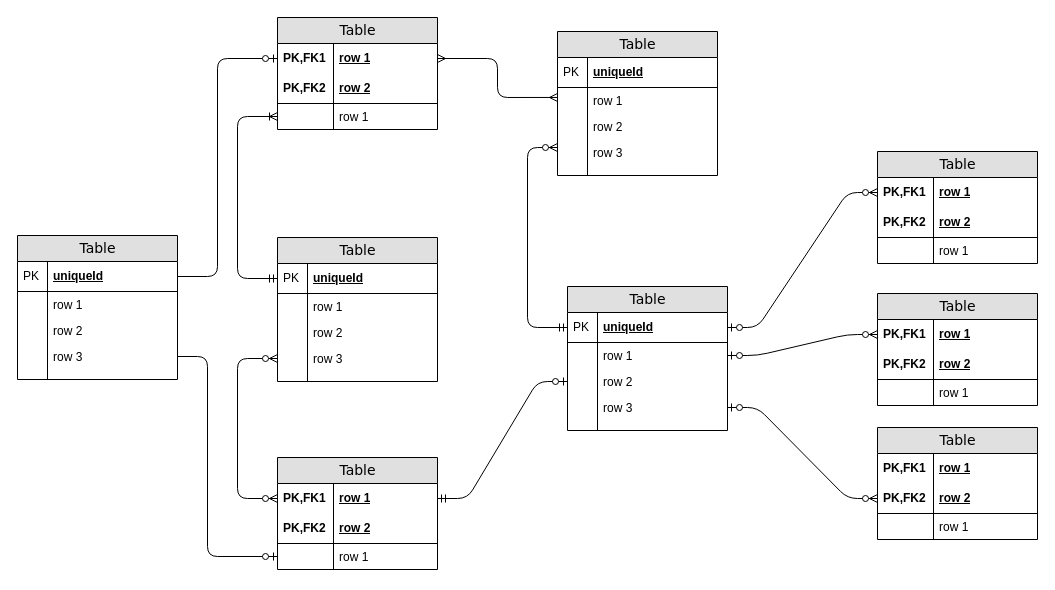
This is Untitled Diagram.drawio from yogiprsetya/app.diagrams.net, a draw.io file, before an edit. Source tidied: cells renumbered, new cells numbered last; positions are measured from the earlier drawing's top-left corner, leaving out a move shared by most shapes. Both pictures are drawn from the tidied source at 100%, with x=0, y=0 at pixel (17, 17).
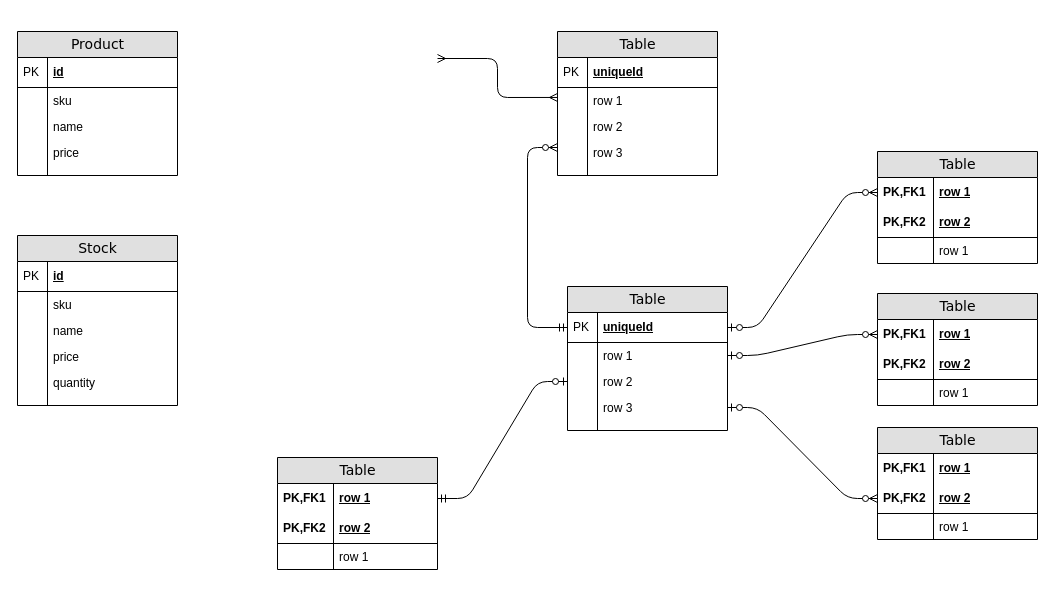
The same diagram, later.

Unchanged cells that the change refers to:
```xml
<mxCell id="12" value="row 1" style="shape=partialRectangle;top=0;left=0;right=0;bottom=0;html=1;align=left;verticalAlign=top;fillColor=none;spacingLeft=34;spacingRight=4;whiteSpace=wrap;overflow=hidden;points=[[0,0.5],[1,0.5]];portConstraint=eastwest;" parent="9" vertex="1">
  <mxGeometry y="56" width="160" height="26" as="geometry" />
</mxCell>
<mxCell id="50" value="row 1" style="shape=partialRectangle;top=0;left=0;right=0;bottom=0;html=1;align=left;verticalAlign=middle;fillColor=none;spacingLeft=60;spacingRight=4;whiteSpace=wrap;overflow=hidden;points=[[0,0.5],[1,0.5]];portConstraint=eastwest;fontStyle=5;" parent="49" vertex="1">
  <mxGeometry y="26" width="160" height="30" as="geometry" />
</mxCell>
<mxCell id="54" value="row 1" style="shape=partialRectangle;top=0;left=0;right=0;bottom=0;html=1;align=left;verticalAlign=top;fillColor=none;spacingLeft=60;spacingRight=4;whiteSpace=wrap;overflow=hidden;points=[[0,0.5],[1,0.5]];portConstraint=eastwest;" parent="49" vertex="1">
  <mxGeometry y="86" width="160" height="26" as="geometry" />
</mxCell>
```

Diff of the diagram source:
```diff
@@
-    <mxCell id="2" value="Table" style="swimlane;html=1;fontStyle=0;horizontal=1;startSize=26;fillColor=#e0e0e0;swimlaneFillColor=#ffffff;align=center;rounded=0;shadow=0;comic=0;labelBackgroundColor=none;strokeWidth=1;fontFamily=Verdana;fontSize=14;" parent="1" vertex="1">
-      <mxGeometry x="260" width="160" height="112" as="geometry" />
-    </mxCell>
-    <mxCell id="3" value="row 1" style="shape=partialRectangle;top=0;left=0;right=0;bottom=0;html=1;align=left;verticalAlign=middle;fillColor=none;spacingLeft=60;spacingRight=4;whiteSpace=wrap;overflow=hidden;points=[[0,0.5],[1,0.5]];portConstraint=eastwest;fontStyle=5;" parent="2" vertex="1">
-      <mxGeometry y="26" width="160" height="30" as="geometry" />
-    </mxCell>
-    <mxCell id="4" value="PK,FK1" style="shape=partialRectangle;fontStyle=1;top=0;left=0;bottom=0;html=1;fillColor=none;align=left;verticalAlign=middle;spacingLeft=4;spacingRight=4;whiteSpace=wrap;overflow=hidden;" parent="3" vertex="1">
-      <mxGeometry width="56" height="30" as="geometry" />
-    </mxCell>
-    <mxCell id="5" value="row 2" style="shape=partialRectangle;top=0;left=0;right=0;bottom=1;html=1;align=left;verticalAlign=middle;fillColor=none;spacingLeft=60;spacingRight=4;whiteSpace=wrap;overflow=hidden;fontStyle=5;" parent="2" vertex="1">
-      <mxGeometry y="56" width="160" height="30" as="geometry" />
-    </mxCell>
-    <mxCell id="6" value="PK,FK2" style="shape=partialRectangle;fontStyle=1;top=0;left=0;bottom=0;html=1;fillColor=none;align=left;verticalAlign=middle;spacingLeft=4;spacingRight=4;whiteSpace=wrap;overflow=hidden;" parent="5" vertex="1">
-      <mxGeometry width="56" height="30" as="geometry" />
-    </mxCell>
-    <mxCell id="7" value="row 1" style="shape=partialRectangle;top=0;left=0;right=0;bottom=0;html=1;align=left;verticalAlign=top;fillColor=none;spacingLeft=60;spacingRight=4;whiteSpace=wrap;overflow=hidden;points=[[0,0.5],[1,0.5]];portConstraint=eastwest;" parent="2" vertex="1">
-      <mxGeometry y="86" width="160" height="26" as="geometry" />
-    </mxCell>
-    <mxCell id="8" style="shape=partialRectangle;top=0;left=0;bottom=0;html=1;fillColor=none;align=left;verticalAlign=top;spacingLeft=4;spacingRight=4;whiteSpace=wrap;overflow=hidden;" parent="7" vertex="1">
-      <mxGeometry width="56" height="26" as="geometry" />
-    </mxCell>
@@
-    <mxCell id="20" value="Table" style="swimlane;html=1;fontStyle=0;horizontal=1;startSize=26;fillColor=#e0e0e0;swimlaneFillColor=#ffffff;align=center;rounded=0;shadow=0;comic=0;labelBackgroundColor=none;strokeWidth=1;fontFamily=Verdana;fontSize=14;" parent="1" vertex="1">
-      <mxGeometry x="260" y="220" width="160" height="144" as="geometry" />
+    <mxCell id="20" value="Product" style="swimlane;html=1;fontStyle=0;horizontal=1;startSize=26;fillColor=#e0e0e0;swimlaneFillColor=#ffffff;align=center;rounded=0;shadow=0;comic=0;labelBackgroundColor=none;strokeWidth=1;fontFamily=Verdana;fontSize=14;" parent="1" vertex="1">
+      <mxGeometry y="14" width="160" height="144" as="geometry" />
     </mxCell>
-    <mxCell id="21" value="uniqueId" style="shape=partialRectangle;top=0;left=0;right=0;bottom=1;html=1;align=left;verticalAlign=middle;fillColor=none;spacingLeft=34;spacingRight=4;whiteSpace=wrap;overflow=hidden;points=[[0,0.5],[1,0.5]];portConstraint=eastwest;fontStyle=5;" parent="20" vertex="1">
+    <mxCell id="21" value="id" style="shape=partialRectangle;top=0;left=0;right=0;bottom=1;html=1;align=left;verticalAlign=middle;fillColor=none;spacingLeft=34;spacingRight=4;whiteSpace=wrap;overflow=hidden;points=[[0,0.5],[1,0.5]];portConstraint=eastwest;fontStyle=5;" parent="20" vertex="1">
       <mxGeometry y="26" width="160" height="30" as="geometry" />
     </mxCell>
@@
-    <mxCell id="23" value="row 1" style="shape=partialRectangle;top=0;left=0;right=0;bottom=0;html=1;align=left;verticalAlign=top;fillColor=none;spacingLeft=34;spacingRight=4;whiteSpace=wrap;overflow=hidden;" parent="20" vertex="1">
+    <mxCell id="23" value="sku" style="shape=partialRectangle;top=0;left=0;right=0;bottom=0;html=1;align=left;verticalAlign=top;fillColor=none;spacingLeft=34;spacingRight=4;whiteSpace=wrap;overflow=hidden;" parent="20" vertex="1">
       <mxGeometry y="56" width="160" height="26" as="geometry" />
     </mxCell>
@@
-    <mxCell id="25" value="row 2" style="shape=partialRectangle;top=0;left=0;right=0;bottom=0;html=1;align=left;verticalAlign=top;fillColor=none;spacingLeft=34;spacingRight=4;whiteSpace=wrap;overflow=hidden;" parent="20" vertex="1">
+    <mxCell id="25" value="name" style="shape=partialRectangle;top=0;left=0;right=0;bottom=0;html=1;align=left;verticalAlign=top;fillColor=none;spacingLeft=34;spacingRight=4;whiteSpace=wrap;overflow=hidden;" parent="20" vertex="1">
       <mxGeometry y="82" width="160" height="26" as="geometry" />
     </mxCell>
@@
-    <mxCell id="27" value="row 3" style="shape=partialRectangle;top=0;left=0;right=0;bottom=0;html=1;align=left;verticalAlign=top;fillColor=none;spacingLeft=34;spacingRight=4;whiteSpace=wrap;overflow=hidden;points=[[0,0.5],[1,0.5]];portConstraint=eastwest;" parent="20" vertex="1">
+    <mxCell id="27" value="price" style="shape=partialRectangle;top=0;left=0;right=0;bottom=0;html=1;align=left;verticalAlign=top;fillColor=none;spacingLeft=34;spacingRight=4;whiteSpace=wrap;overflow=hidden;points=[[0,0.5],[1,0.5]];portConstraint=eastwest;" parent="20" vertex="1">
       <mxGeometry y="108" width="160" height="26" as="geometry" />
     </mxCell>
@@
-    <mxCell id="56" style="edgeStyle=orthogonalEdgeStyle;html=1;endArrow=ERoneToMany;startArrow=ERmandOne;labelBackgroundColor=none;fontFamily=Verdana;fontSize=14;entryX=0;entryY=0.5;exitX=0;exitY=0.5;" parent="1" edge="1" source="21" target="7">
-      <mxGeometry relative="1" as="geometry">
-        <Array as="points">
-          <mxPoint x="220" y="261" />
-          <mxPoint x="220" y="99" />
-        </Array>
-      </mxGeometry>
-    </mxCell>
-    <mxCell id="57" style="edgeStyle=orthogonalEdgeStyle;html=1;endArrow=ERzeroToMany;endFill=1;startArrow=ERzeroToMany;labelBackgroundColor=none;fontFamily=Verdana;fontSize=14;entryX=0;entryY=0.5;exitX=0;exitY=0.5;" parent="1" edge="1" source="50" target="27">
-      <mxGeometry relative="1" as="geometry">
-        <Array as="points">
-          <mxPoint x="220" y="481" />
-          <mxPoint x="220" y="341" />
-        </Array>
-      </mxGeometry>
-    </mxCell>
-    <mxCell id="58" style="edgeStyle=orthogonalEdgeStyle;html=1;endArrow=ERmany;startArrow=ERmany;labelBackgroundColor=none;fontFamily=Verdana;fontSize=14;entryX=1;entryY=0.5;exitX=0;exitY=0.383;exitPerimeter=0;" parent="1" edge="1" source="12" target="3">
+    <mxCell id="58" style="edgeStyle=orthogonalEdgeStyle;html=1;endArrow=ERmany;startArrow=ERmany;labelBackgroundColor=none;fontFamily=Verdana;fontSize=14;entryX=1;entryY=0.5;exitX=0;exitY=0.383;exitPerimeter=0;" parent="1" edge="1" source="12">
       <mxGeometry relative="1" as="geometry">
+        <mxPoint x="420" y="41" as="targetPoint" />
         <Array as="points">
           <mxPoint x="480" y="80" />
           <mxPoint x="480" y="41" />
         </Array>
       </mxGeometry>
     </mxCell>
@@
-    <mxCell id="78" value="Table" style="swimlane;html=1;fontStyle=0;horizontal=1;startSize=26;fillColor=#e0e0e0;swimlaneFillColor=#ffffff;align=center;rounded=0;shadow=0;comic=0;labelBackgroundColor=none;strokeWidth=1;fontFamily=Verdana;fontSize=14;" parent="1" vertex="1">
-      <mxGeometry y="218" width="160" height="144" as="geometry" />
+    <mxCell id="78" value="Stock" style="swimlane;html=1;fontStyle=0;horizontal=1;startSize=26;fillColor=#e0e0e0;swimlaneFillColor=#ffffff;align=center;rounded=0;shadow=0;comic=0;labelBackgroundColor=none;strokeWidth=1;fontFamily=Verdana;fontSize=14;" parent="1" vertex="1">
+      <mxGeometry y="218" width="160" height="170" as="geometry" />
     </mxCell>
-    <mxCell id="79" value="uniqueId" style="shape=partialRectangle;top=0;left=0;right=0;bottom=1;html=1;align=left;verticalAlign=middle;fillColor=none;spacingLeft=34;spacingRight=4;whiteSpace=wrap;overflow=hidden;points=[[0,0.5],[1,0.5]];portConstraint=eastwest;fontStyle=5;" parent="78" vertex="1">
+    <mxCell id="79" value="id" style="shape=partialRectangle;top=0;left=0;right=0;bottom=1;html=1;align=left;verticalAlign=middle;fillColor=none;spacingLeft=34;spacingRight=4;whiteSpace=wrap;overflow=hidden;points=[[0,0.5],[1,0.5]];portConstraint=eastwest;fontStyle=5;" parent="78" vertex="1">
       <mxGeometry y="26" width="160" height="30" as="geometry" />
     </mxCell>
@@
-    <mxCell id="81" value="row 1" style="shape=partialRectangle;top=0;left=0;right=0;bottom=0;html=1;align=left;verticalAlign=top;fillColor=none;spacingLeft=34;spacingRight=4;whiteSpace=wrap;overflow=hidden;" parent="78" vertex="1">
+    <mxCell id="81" value="sku" style="shape=partialRectangle;top=0;left=0;right=0;bottom=0;html=1;align=left;verticalAlign=top;fillColor=none;spacingLeft=34;spacingRight=4;whiteSpace=wrap;overflow=hidden;" parent="78" vertex="1">
       <mxGeometry y="56" width="160" height="26" as="geometry" />
     </mxCell>
@@
-    <mxCell id="83" value="row 2" style="shape=partialRectangle;top=0;left=0;right=0;bottom=0;html=1;align=left;verticalAlign=top;fillColor=none;spacingLeft=34;spacingRight=4;whiteSpace=wrap;overflow=hidden;" parent="78" vertex="1">
+    <mxCell id="83" value="name" style="shape=partialRectangle;top=0;left=0;right=0;bottom=0;html=1;align=left;verticalAlign=top;fillColor=none;spacingLeft=34;spacingRight=4;whiteSpace=wrap;overflow=hidden;" parent="78" vertex="1">
       <mxGeometry y="82" width="160" height="26" as="geometry" />
     </mxCell>
@@
+    <mxCell id="91" value="price" style="shape=partialRectangle;top=0;left=0;right=0;bottom=0;html=1;align=left;verticalAlign=top;fillColor=none;spacingLeft=34;spacingRight=4;whiteSpace=wrap;overflow=hidden;" parent="78" vertex="1">
+      <mxGeometry y="108" width="160" height="26" as="geometry" />
+    </mxCell>
+    <mxCell id="92" style="shape=partialRectangle;top=0;left=0;bottom=0;html=1;fillColor=none;align=left;verticalAlign=top;spacingLeft=4;spacingRight=4;whiteSpace=wrap;overflow=hidden;" parent="91" vertex="1">
+      <mxGeometry width="30" height="26" as="geometry" />
+    </mxCell>
-    <mxCell id="85" value="row 3" style="shape=partialRectangle;top=0;left=0;right=0;bottom=0;html=1;align=left;verticalAlign=top;fillColor=none;spacingLeft=34;spacingRight=4;whiteSpace=wrap;overflow=hidden;points=[[0,0.5],[1,0.5]];portConstraint=eastwest;" parent="78" vertex="1">
-      <mxGeometry y="108" width="160" height="26" as="geometry" />
+    <mxCell id="85" value="quantity" style="shape=partialRectangle;top=0;left=0;right=0;bottom=0;html=1;align=left;verticalAlign=top;fillColor=none;spacingLeft=34;spacingRight=4;whiteSpace=wrap;overflow=hidden;points=[[0,0.5],[1,0.5]];portConstraint=eastwest;" parent="78" vertex="1">
+      <mxGeometry y="134" width="160" height="26" as="geometry" />
     </mxCell>
@@
     <mxCell id="87" style="shape=partialRectangle;top=0;left=0;right=0;bottom=0;html=1;align=left;verticalAlign=top;fillColor=none;spacingLeft=34;spacingRight=4;whiteSpace=wrap;overflow=hidden;" parent="78" vertex="1">
-      <mxGeometry y="134" width="160" height="10" as="geometry" />
+      <mxGeometry y="160" width="160" height="10" as="geometry" />
     </mxCell>
@@
-    <mxCell id="89" style="edgeStyle=orthogonalEdgeStyle;html=1;endArrow=ERzeroToOne;endFill=1;labelBackgroundColor=none;fontFamily=Verdana;fontSize=14;entryX=0;entryY=0.5;exitX=1;exitY=0.5;" parent="1" edge="1" source="79" target="3">
-      <mxGeometry relative="1" as="geometry">
-        <Array as="points">
-          <mxPoint x="200" y="259" />
-          <mxPoint x="200" y="41" />
-        </Array>
-      </mxGeometry>
-    </mxCell>
-    <mxCell id="90" style="edgeStyle=orthogonalEdgeStyle;html=1;endArrow=ERzeroToOne;endFill=1;labelBackgroundColor=none;fontFamily=Verdana;fontSize=14;entryX=0;entryY=0.5;exitX=1;exitY=0.5;" parent="1" edge="1" source="85" target="54">
-      <mxGeometry relative="1" as="geometry">
-        <Array as="points">
-          <mxPoint x="190" y="339" />
-          <mxPoint x="190" y="539" />
-        </Array>
-      </mxGeometry>
-    </mxCell>
```
